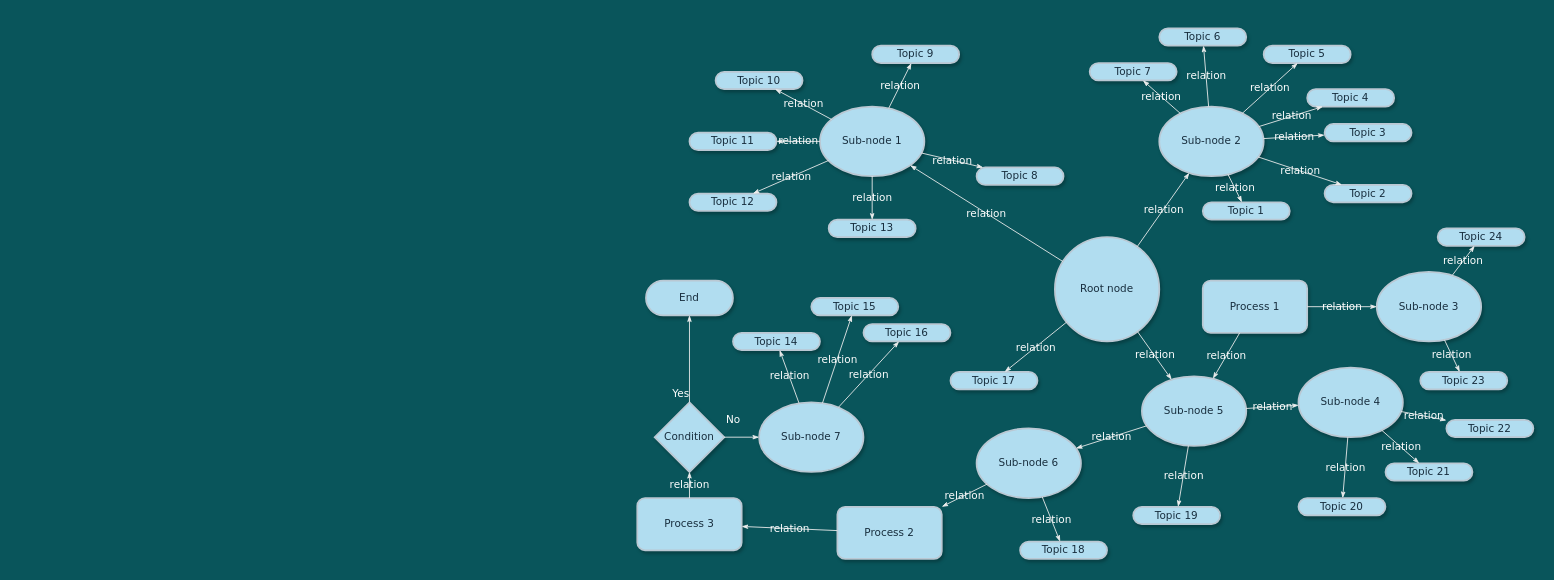
Above: page "Página-2" (2 of 2) of mental_map_worldbuilding.drawio in aixairupe/DiagramasRPG (draw.io), before the change. Source tidied: cells renumbered, new cells numbered last; positions are measured from the earlier drawing's top-left corner, leaving out a move shared by most shapes. Both pictures are drawn from the tidied source at 87%, with x=0, y=0 at pixel (637, 28).
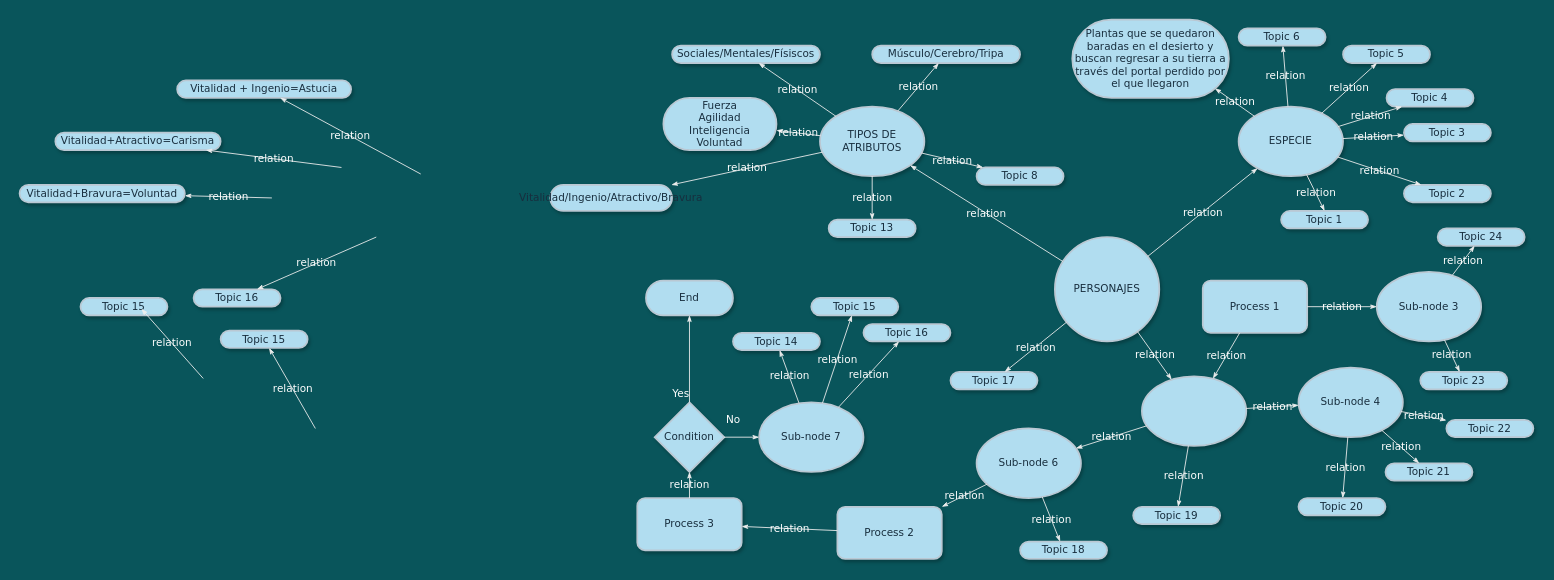
After the change.

Diff of the diagram source:
```diff
@@
-    <mxCell id="2" value="&lt;span&gt;Topic 10&lt;/span&gt;" style="whiteSpace=wrap;html=1;rounded=1;shadow=1;comic=0;labelBackgroundColor=none;strokeWidth=2;fontFamily=Verdana;fontSize=12;align=center;arcSize=50;fillColor=#B1DDF0;strokeColor=#BAC8D3;fontColor=#182E3E;" parent="1" vertex="1">
-      <mxGeometry x="90" y="50" width="100" height="20" as="geometry" />
+    <mxCell id="2" value="Sociales/Mentales/Físiscos" style="whiteSpace=wrap;html=1;rounded=1;shadow=1;comic=0;labelBackgroundColor=none;strokeWidth=2;fontFamily=Verdana;fontSize=12;align=center;arcSize=50;fillColor=#B1DDF0;strokeColor=#BAC8D3;fontColor=#182E3E;" parent="1" vertex="1">
+      <mxGeometry x="40" y="20" width="170" height="20" as="geometry" />
     </mxCell>
-    <mxCell id="3" value="Sub-node 1" style="ellipse;whiteSpace=wrap;html=1;rounded=1;shadow=1;comic=0;labelBackgroundColor=none;strokeWidth=2;fontFamily=Verdana;fontSize=12;align=center;fillColor=#B1DDF0;strokeColor=#BAC8D3;fontColor=#182E3E;" parent="1" vertex="1">
+    <mxCell id="3" value="TIPOS DE ATRIBUTOS" style="ellipse;whiteSpace=wrap;html=1;rounded=1;shadow=1;comic=0;labelBackgroundColor=none;strokeWidth=2;fontFamily=Verdana;fontSize=12;align=center;fillColor=#B1DDF0;strokeColor=#BAC8D3;fontColor=#182E3E;" parent="1" vertex="1">
       <mxGeometry x="210" y="90" width="120" height="80" as="geometry" />
     </mxCell>
-    <mxCell id="4" value="&lt;span&gt;Sub-node 2&lt;/span&gt;" style="ellipse;whiteSpace=wrap;html=1;rounded=1;shadow=1;comic=0;labelBackgroundColor=none;strokeWidth=2;fontFamily=Verdana;fontSize=12;align=center;fillColor=#B1DDF0;strokeColor=#BAC8D3;fontColor=#182E3E;" parent="1" vertex="1">
-      <mxGeometry x="600" y="90" width="120" height="80" as="geometry" />
+    <mxCell id="4" value="ESPECIE" style="ellipse;whiteSpace=wrap;html=1;rounded=1;shadow=1;comic=0;labelBackgroundColor=none;strokeWidth=2;fontFamily=Verdana;fontSize=12;align=center;fillColor=#B1DDF0;strokeColor=#BAC8D3;fontColor=#182E3E;" parent="1" vertex="1">
+      <mxGeometry x="691.2" y="90" width="120" height="80" as="geometry" />
     </mxCell>
-    <mxCell id="5" value="Root node" style="ellipse;whiteSpace=wrap;html=1;rounded=1;shadow=1;comic=0;labelBackgroundColor=none;strokeWidth=2;fontFamily=Verdana;fontSize=12;align=center;fillColor=#B1DDF0;strokeColor=#BAC8D3;fontColor=#182E3E;" parent="1" vertex="1">
+    <mxCell id="5" value="PERSONAJES" style="ellipse;whiteSpace=wrap;html=1;rounded=1;shadow=1;comic=0;labelBackgroundColor=none;strokeWidth=2;fontFamily=Verdana;fontSize=12;align=center;fillColor=#B1DDF0;strokeColor=#BAC8D3;fontColor=#182E3E;" parent="1" vertex="1">
       <mxGeometry x="480" y="240" width="120" height="120" as="geometry" />
     </mxCell>
-    <mxCell id="6" value="&lt;span&gt;Sub-node 5&lt;/span&gt;" style="ellipse;whiteSpace=wrap;html=1;rounded=1;shadow=1;comic=0;labelBackgroundColor=none;strokeWidth=2;fontFamily=Verdana;fontSize=12;align=center;fillColor=#B1DDF0;strokeColor=#BAC8D3;fontColor=#182E3E;" parent="1" vertex="1">
+    <mxCell id="6" style="ellipse;whiteSpace=wrap;html=1;rounded=1;shadow=1;comic=0;labelBackgroundColor=none;strokeWidth=2;fontFamily=Verdana;fontSize=12;align=center;fillColor=#B1DDF0;strokeColor=#BAC8D3;fontColor=#182E3E;" parent="1" vertex="1">
       <mxGeometry x="580" y="400" width="120" height="80" as="geometry" />
     </mxCell>
@@
-    <mxCell id="9" value="&lt;span&gt;Topic 11&lt;/span&gt;" style="whiteSpace=wrap;html=1;rounded=1;shadow=1;comic=0;labelBackgroundColor=none;strokeWidth=2;fontFamily=Verdana;fontSize=12;align=center;arcSize=50;fillColor=#B1DDF0;strokeColor=#BAC8D3;fontColor=#182E3E;" parent="1" vertex="1">
-      <mxGeometry x="60" y="120" width="100" height="20" as="geometry" />
+    <mxCell id="9" value="Fuerza&lt;br&gt;Agilidad&lt;br&gt;Inteligencia&lt;br&gt;Voluntad" style="whiteSpace=wrap;html=1;rounded=1;shadow=1;comic=0;labelBackgroundColor=none;strokeWidth=2;fontFamily=Verdana;fontSize=12;align=center;arcSize=50;fillColor=#B1DDF0;strokeColor=#BAC8D3;fontColor=#182E3E;" parent="1" vertex="1">
+      <mxGeometry x="30" y="80" width="130" height="60" as="geometry" />
     </mxCell>
-    <mxCell id="10" value="&lt;span&gt;Topic 12&lt;/span&gt;" style="whiteSpace=wrap;html=1;rounded=1;shadow=1;comic=0;labelBackgroundColor=none;strokeWidth=2;fontFamily=Verdana;fontSize=12;align=center;arcSize=50;fillColor=#B1DDF0;strokeColor=#BAC8D3;fontColor=#182E3E;" parent="1" vertex="1">
-      <mxGeometry x="60" y="190" width="100" height="20" as="geometry" />
+    <mxCell id="10" value="Vitalidad/Ingenio/Atractivo/Bravura" style="whiteSpace=wrap;html=1;rounded=1;shadow=1;comic=0;labelBackgroundColor=none;strokeWidth=2;fontFamily=Verdana;fontSize=12;align=center;arcSize=50;fillColor=#B1DDF0;strokeColor=#BAC8D3;fontColor=#182E3E;" parent="1" vertex="1">
+      <mxGeometry x="-100" y="180" width="140" height="30" as="geometry" />
     </mxCell>
-    <mxCell id="11" value="&lt;span&gt;Topic 9&lt;/span&gt;" style="whiteSpace=wrap;html=1;rounded=1;shadow=1;comic=0;labelBackgroundColor=none;strokeWidth=2;fontFamily=Verdana;fontSize=12;align=center;arcSize=50;fillColor=#B1DDF0;strokeColor=#BAC8D3;fontColor=#182E3E;" parent="1" vertex="1">
-      <mxGeometry x="270" y="20" width="100" height="20" as="geometry" />
+    <mxCell id="11" value="Músculo/Cerebro/Tripa" style="whiteSpace=wrap;html=1;rounded=1;shadow=1;comic=0;labelBackgroundColor=none;strokeWidth=2;fontFamily=Verdana;fontSize=12;align=center;arcSize=50;fillColor=#B1DDF0;strokeColor=#BAC8D3;fontColor=#182E3E;" parent="1" vertex="1">
+      <mxGeometry x="270" y="20" width="170" height="20" as="geometry" />
     </mxCell>
-    <mxCell id="12" value="&lt;span&gt;Topic 7&lt;/span&gt;" style="whiteSpace=wrap;html=1;rounded=1;shadow=1;comic=0;labelBackgroundColor=none;strokeWidth=2;fontFamily=Verdana;fontSize=12;align=center;arcSize=50;fillColor=#B1DDF0;strokeColor=#BAC8D3;fontColor=#182E3E;" parent="1" vertex="1">
-      <mxGeometry x="520" y="40" width="100" height="20" as="geometry" />
+    <mxCell id="12" value="Plantas que se quedaron baradas en el desierto y buscan regresar a su tierra a través del portal perdido por el que llegaron" style="whiteSpace=wrap;html=1;rounded=1;shadow=1;comic=0;labelBackgroundColor=none;strokeWidth=2;fontFamily=Verdana;fontSize=12;align=center;arcSize=50;fillColor=#B1DDF0;strokeColor=#BAC8D3;fontColor=#182E3E;" parent="1" vertex="1">
+      <mxGeometry x="500" y="-10" width="180" height="90" as="geometry" />
     </mxCell>
@@
     <mxCell id="15" value="&lt;span&gt;Topic 6&lt;/span&gt;" style="whiteSpace=wrap;html=1;rounded=1;shadow=1;comic=0;labelBackgroundColor=none;strokeWidth=2;fontFamily=Verdana;fontSize=12;align=center;arcSize=50;fillColor=#B1DDF0;strokeColor=#BAC8D3;fontColor=#182E3E;" parent="1" vertex="1">
-      <mxGeometry x="600" width="100" height="20" as="geometry" />
+      <mxGeometry x="691.2" width="100" height="20" as="geometry" />
     </mxCell>
     <mxCell id="16" value="&lt;span&gt;Topic 5&lt;/span&gt;" style="whiteSpace=wrap;html=1;rounded=1;shadow=1;comic=0;labelBackgroundColor=none;strokeWidth=2;fontFamily=Verdana;fontSize=12;align=center;arcSize=50;fillColor=#B1DDF0;strokeColor=#BAC8D3;fontColor=#182E3E;" parent="1" vertex="1">
-      <mxGeometry x="720" y="20" width="100" height="20" as="geometry" />
+      <mxGeometry x="811.2" y="20" width="100" height="20" as="geometry" />
     </mxCell>
     <mxCell id="17" value="&lt;span&gt;Topic 4&lt;/span&gt;" style="whiteSpace=wrap;html=1;rounded=1;shadow=1;comic=0;labelBackgroundColor=none;strokeWidth=2;fontFamily=Verdana;fontSize=12;align=center;arcSize=50;fillColor=#B1DDF0;strokeColor=#BAC8D3;fontColor=#182E3E;" parent="1" vertex="1">
-      <mxGeometry x="770" y="70" width="100" height="20" as="geometry" />
+      <mxGeometry x="861.2" y="70" width="100" height="20" as="geometry" />
     </mxCell>
     <mxCell id="18" value="&lt;span&gt;Topic 3&lt;/span&gt;" style="whiteSpace=wrap;html=1;rounded=1;shadow=1;comic=0;labelBackgroundColor=none;strokeWidth=2;fontFamily=Verdana;fontSize=12;align=center;arcSize=50;fillColor=#B1DDF0;strokeColor=#BAC8D3;fontColor=#182E3E;" parent="1" vertex="1">
-      <mxGeometry x="790" y="110" width="100" height="20" as="geometry" />
+      <mxGeometry x="881.2" y="110" width="100" height="20" as="geometry" />
     </mxCell>
     <mxCell id="19" value="&lt;span&gt;Topic 2&lt;/span&gt;" style="whiteSpace=wrap;html=1;rounded=1;shadow=1;comic=0;labelBackgroundColor=none;strokeWidth=2;fontFamily=Verdana;fontSize=12;align=center;arcSize=50;fillColor=#B1DDF0;strokeColor=#BAC8D3;fontColor=#182E3E;" parent="1" vertex="1">
-      <mxGeometry x="790" y="180" width="100" height="20" as="geometry" />
+      <mxGeometry x="881.2" y="180" width="100" height="20" as="geometry" />
     </mxCell>
     <mxCell id="20" value="Topic 1" style="whiteSpace=wrap;html=1;rounded=1;shadow=1;comic=0;labelBackgroundColor=none;strokeWidth=2;fontFamily=Verdana;fontSize=12;align=center;arcSize=50;fillColor=#B1DDF0;strokeColor=#BAC8D3;fontColor=#182E3E;" parent="1" vertex="1">
-      <mxGeometry x="650" y="200" width="100" height="20" as="geometry" />
+      <mxGeometry x="740" y="210" width="100" height="20" as="geometry" />
     </mxCell>
@@
-    <mxCell id="38" value="relation" style="edgeStyle=none;rounded=1;html=1;labelBackgroundColor=none;startArrow=none;startFill=0;startSize=5;endArrow=classicThin;endFill=1;endSize=5;jettySize=auto;strokeColor=#EEEEEE;strokeWidth=1;fontFamily=Verdana;fontSize=12;fontColor=#FFFFFF;" parent="1" edge="1" source="4" target="20">
+    <mxCell id="38" value="relation" style="edgeStyle=none;rounded=1;html=1;labelBackgroundColor=none;startArrow=none;startFill=0;startSize=5;endArrow=classicThin;endFill=1;endSize=5;jettySize=auto;strokeColor=#EEEEEE;strokeWidth=1;fontFamily=Verdana;fontSize=12;fontColor=#FFFFFF;entryX=0.5;entryY=0;entryDx=0;entryDy=0;" parent="1" edge="1" source="4" target="20">
       <mxGeometry relative="1" as="geometry" />
     </mxCell>
@@
-    <mxCell id="44" value="relation" style="edgeStyle=none;rounded=1;html=1;labelBackgroundColor=none;startArrow=none;startFill=0;startSize=5;endArrow=classicThin;endFill=1;endSize=5;jettySize=auto;strokeColor=#EEEEEE;strokeWidth=1;fontFamily=Verdana;fontSize=12;fontColor=#FFFFFF;" parent="1" edge="1" source="4" target="12">
+    <mxCell id="44" value="relation" style="edgeStyle=none;rounded=1;html=1;labelBackgroundColor=none;startArrow=none;startFill=0;startSize=5;endArrow=classicThin;endFill=1;endSize=5;jettySize=auto;strokeColor=#EEEEEE;strokeWidth=1;fontFamily=Verdana;fontSize=12;fontColor=#FFFFFF;entryX=0.911;entryY=0.878;entryDx=0;entryDy=0;entryPerimeter=0;" parent="1" edge="1" source="4" target="12">
       <mxGeometry relative="1" as="geometry" />
     </mxCell>
@@
+    <mxCell id="75" value="&lt;span&gt;Topic 16&lt;/span&gt;" style="whiteSpace=wrap;html=1;rounded=1;shadow=1;comic=0;labelBackgroundColor=none;strokeWidth=2;fontFamily=Verdana;fontSize=12;align=center;arcSize=50;fillColor=#B1DDF0;strokeColor=#BAC8D3;fontColor=#182E3E;" parent="1" vertex="1">
+      <mxGeometry x="-510" y="300" width="100" height="20" as="geometry" />
+    </mxCell>
+    <mxCell id="76" value="Vitalidad + Ingenio=Astucia" style="whiteSpace=wrap;html=1;rounded=1;shadow=1;comic=0;labelBackgroundColor=none;strokeWidth=2;fontFamily=Verdana;fontSize=12;align=center;arcSize=50;fillColor=#B1DDF0;strokeColor=#BAC8D3;fontColor=#182E3E;" parent="1" vertex="1">
+      <mxGeometry x="-528.9" y="60" width="200" height="20" as="geometry" />
+    </mxCell>
+    <mxCell id="77" value="Vitalidad+Atractivo=Carisma" style="whiteSpace=wrap;html=1;rounded=1;shadow=1;comic=0;labelBackgroundColor=none;strokeWidth=2;fontFamily=Verdana;fontSize=12;align=center;arcSize=50;fillColor=#B1DDF0;strokeColor=#BAC8D3;fontColor=#182E3E;" parent="1" vertex="1">
+      <mxGeometry x="-668.9" y="120" width="190" height="20" as="geometry" />
+    </mxCell>
+    <mxCell id="78" value="relation" style="edgeStyle=none;rounded=1;html=1;labelBackgroundColor=none;startArrow=none;startFill=0;startSize=5;endArrow=classicThin;endFill=1;endSize=5;jettySize=auto;strokeColor=#EEEEEE;strokeWidth=1;fontFamily=Verdana;fontSize=12;fontColor=#FFFFFF;" parent="1" edge="1" target="77">
+      <mxGeometry relative="1" as="geometry">
+        <mxPoint x="-340" y="160" as="sourcePoint" />
+      </mxGeometry>
+    </mxCell>
+    <mxCell id="79" value="relation" style="edgeStyle=none;rounded=1;html=1;labelBackgroundColor=none;startArrow=none;startFill=0;startSize=5;endArrow=classicThin;endFill=1;endSize=5;jettySize=auto;strokeColor=#EEEEEE;strokeWidth=1;fontFamily=Verdana;fontSize=12;fontColor=#FFFFFF;exitX=0.357;exitY=0;exitDx=0;exitDy=0;exitPerimeter=0;" parent="1" edge="1" target="76">
+      <mxGeometry relative="1" as="geometry">
+        <mxPoint x="-248.9" y="167.5" as="sourcePoint" />
+      </mxGeometry>
+    </mxCell>
+    <mxCell id="80" value="relation" style="edgeStyle=none;rounded=1;html=1;labelBackgroundColor=none;startArrow=none;startFill=0;startSize=5;endArrow=classicThin;endFill=1;endSize=5;jettySize=auto;strokeColor=#EEEEEE;strokeWidth=1;fontFamily=Verdana;fontSize=12;fontColor=#FFFFFF;" parent="1" edge="1" target="75">
+      <mxGeometry relative="1" as="geometry">
+        <mxPoint x="-300" y="240" as="sourcePoint" />
+      </mxGeometry>
+    </mxCell>
+    <mxCell id="81" value="Vitalidad+Bravura=Voluntad" style="whiteSpace=wrap;html=1;rounded=1;shadow=1;comic=0;labelBackgroundColor=none;strokeWidth=2;fontFamily=Verdana;fontSize=12;align=center;arcSize=50;fillColor=#B1DDF0;strokeColor=#BAC8D3;fontColor=#182E3E;" parent="1" vertex="1">
+      <mxGeometry x="-710" y="180" width="190" height="20" as="geometry" />
+    </mxCell>
+    <mxCell id="82" value="relation" style="edgeStyle=none;rounded=1;html=1;labelBackgroundColor=none;startArrow=none;startFill=0;startSize=5;endArrow=classicThin;endFill=1;endSize=5;jettySize=auto;strokeColor=#EEEEEE;strokeWidth=1;fontFamily=Verdana;fontSize=12;fontColor=#FFFFFF;" parent="1" edge="1" target="81">
+      <mxGeometry relative="1" as="geometry">
+        <mxPoint x="-420" y="195" as="sourcePoint" />
+      </mxGeometry>
+    </mxCell>
+    <mxCell id="83" value="&lt;span&gt;Topic 15&lt;/span&gt;" style="whiteSpace=wrap;html=1;rounded=1;shadow=1;comic=0;labelBackgroundColor=none;strokeWidth=2;fontFamily=Verdana;fontSize=12;align=center;arcSize=50;fillColor=#B1DDF0;strokeColor=#BAC8D3;fontColor=#182E3E;" parent="1" vertex="1">
+      <mxGeometry x="-640" y="310" width="100" height="20" as="geometry" />
+    </mxCell>
+    <mxCell id="84" value="relation" style="edgeStyle=none;rounded=1;html=1;labelBackgroundColor=none;startArrow=none;startFill=0;startSize=5;endArrow=classicThin;endFill=1;endSize=5;jettySize=auto;orthogonalLoop=1;strokeColor=#EEEEEE;strokeWidth=1;fontFamily=Verdana;fontSize=12;fontColor=#FFFFFF;exitX=0.357;exitY=0;exitDx=0;exitDy=0;exitPerimeter=0;" parent="1" edge="1">
+      <mxGeometry relative="1" as="geometry">
+        <mxPoint x="-498.9" y="402.5" as="sourcePoint" />
+        <mxPoint x="-570" y="322.5" as="targetPoint" />
+      </mxGeometry>
+    </mxCell>
+    <mxCell id="85" value="&lt;span&gt;Topic 15&lt;/span&gt;" style="whiteSpace=wrap;html=1;rounded=1;shadow=1;comic=0;labelBackgroundColor=none;strokeWidth=2;fontFamily=Verdana;fontSize=12;align=center;arcSize=50;fillColor=#B1DDF0;strokeColor=#BAC8D3;fontColor=#182E3E;" parent="1" vertex="1">
+      <mxGeometry x="-478.9" y="347.5" width="100" height="20" as="geometry" />
+    </mxCell>
+    <mxCell id="86" value="relation" style="edgeStyle=none;rounded=1;html=1;labelBackgroundColor=none;startArrow=none;startFill=0;startSize=5;endArrow=classicThin;endFill=1;endSize=5;jettySize=auto;strokeColor=#EEEEEE;strokeWidth=1;fontFamily=Verdana;fontSize=12;fontColor=#FFFFFF;" parent="1" edge="1" target="85">
+      <mxGeometry relative="1" as="geometry">
+        <mxPoint x="-370" y="460" as="sourcePoint" />
+      </mxGeometry>
+    </mxCell>
```
